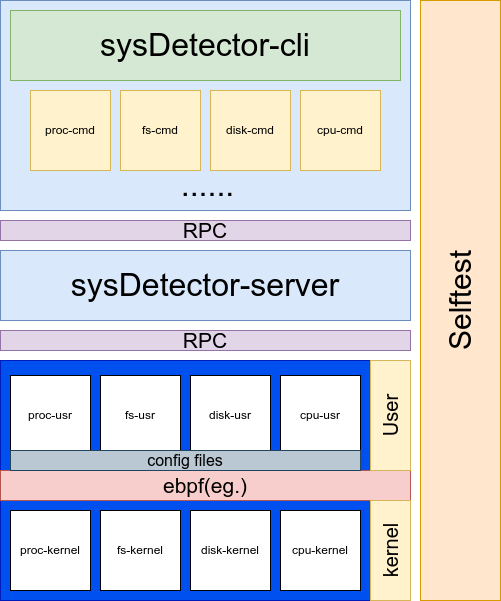
This is docs/sysDetector.drawio.png from Jvlegod/sysDetector, a draw.io export, as it was before one commit. Source tidied: cells renumbered, new cells last; positions are measured from the earlier drawing's top-left corner, leaving out a move shared by most shapes. Source of this version:
```xml
<mxGraphModel>
  <root>
    <mxCell id="0" />
    <mxCell id="1" parent="0" />
    <mxCell id="2" style="rounded=0;whiteSpace=wrap;html=1;fillColor=#dae8fc;strokeColor=#6c8ebf;" parent="1" vertex="1">
      <mxGeometry width="410" height="210" as="geometry" />
    </mxCell>
    <mxCell id="3" value="&lt;font style=&quot;font-size: 32px;&quot;&gt;sysDetector-cli&lt;/font&gt;" style="rounded=0;whiteSpace=wrap;html=1;fillColor=#d5e8d4;strokeColor=#82b366;" parent="1" vertex="1">
      <mxGeometry x="10" y="10" width="390" height="70" as="geometry" />
    </mxCell>
    <mxCell id="4" value="&lt;font style=&quot;font-size: 32px;&quot;&gt;sysDetector-server&lt;/font&gt;" style="rounded=0;whiteSpace=wrap;html=1;fillColor=#dae8fc;strokeColor=#6c8ebf;" parent="1" vertex="1">
      <mxGeometry y="250" width="410" height="70" as="geometry" />
    </mxCell>
    <mxCell id="5" value="proc-cmd" style="whiteSpace=wrap;html=1;fillColor=#fff2cc;strokeColor=#d6b656;" parent="1" vertex="1">
      <mxGeometry x="30" y="90" width="80" height="80" as="geometry" />
    </mxCell>
    <mxCell id="6" value="fs-cmd" style="whiteSpace=wrap;html=1;fillColor=#fff2cc;strokeColor=#d6b656;" parent="1" vertex="1">
      <mxGeometry x="120" y="90" width="80" height="80" as="geometry" />
    </mxCell>
    <mxCell id="7" value="disk-cmd" style="whiteSpace=wrap;html=1;fillColor=#fff2cc;strokeColor=#d6b656;" parent="1" vertex="1">
      <mxGeometry x="210" y="90" width="80" height="80" as="geometry" />
    </mxCell>
    <mxCell id="8" value="cpu-cmd" style="whiteSpace=wrap;html=1;fillColor=#fff2cc;strokeColor=#d6b656;" parent="1" vertex="1">
      <mxGeometry x="300" y="90" width="80" height="80" as="geometry" />
    </mxCell>
    <mxCell id="9" value="&lt;font style=&quot;font-size: 21px;&quot;&gt;RPC&lt;/font&gt;" style="rounded=0;whiteSpace=wrap;html=1;fillColor=#e1d5e7;strokeColor=#9673a6;" parent="1" vertex="1">
      <mxGeometry y="220" width="410" height="20" as="geometry" />
    </mxCell>
    <mxCell id="10" style="rounded=0;whiteSpace=wrap;html=1;fillColor=#0050ef;fontColor=#ffffff;strokeColor=#001DBC;" parent="1" vertex="1">
      <mxGeometry y="360" width="370" height="240" as="geometry" />
    </mxCell>
    <mxCell id="11" style="rounded=0;whiteSpace=wrap;html=1;fillColor=#0050ef;strokeColor=#001DBC;fontColor=#ffffff;" parent="1" vertex="1">
      <mxGeometry y="360" width="370" height="110" as="geometry" />
    </mxCell>
    <mxCell id="12" value="proc-usr" style="whiteSpace=wrap;html=1;" parent="1" vertex="1">
      <mxGeometry x="10" y="375" width="80" height="80" as="geometry" />
    </mxCell>
    <mxCell id="13" value="fs-usr" style="whiteSpace=wrap;html=1;" parent="1" vertex="1">
      <mxGeometry x="100" y="375" width="80" height="80" as="geometry" />
    </mxCell>
    <mxCell id="14" value="disk-usr" style="whiteSpace=wrap;html=1;" parent="1" vertex="1">
      <mxGeometry x="190" y="375" width="80" height="80" as="geometry" />
    </mxCell>
    <mxCell id="15" value="cpu-usr" style="whiteSpace=wrap;html=1;" parent="1" vertex="1">
      <mxGeometry x="280" y="375" width="80" height="80" as="geometry" />
    </mxCell>
    <mxCell id="16" value="&lt;font style=&quot;font-size: 32px;&quot;&gt;......&lt;/font&gt;" style="text;html=1;align=center;verticalAlign=middle;whiteSpace=wrap;rounded=0;" parent="1" vertex="1">
      <mxGeometry x="150" y="180" width="115" height="10" as="geometry" />
    </mxCell>
    <mxCell id="17" value="&lt;font style=&quot;font-size: 21px;&quot;&gt;RPC&lt;/font&gt;" style="rounded=0;whiteSpace=wrap;html=1;fillColor=#e1d5e7;strokeColor=#9673a6;" parent="1" vertex="1">
      <mxGeometry y="330" width="410" height="20" as="geometry" />
    </mxCell>
    <mxCell id="18" value="&lt;font style=&quot;font-size: 21px;&quot;&gt;ebpf(eg.)&lt;/font&gt;" style="rounded=0;whiteSpace=wrap;html=1;fillColor=#f8cecc;strokeColor=#b85450;" parent="1" vertex="1">
      <mxGeometry y="470" width="410" height="30" as="geometry" />
    </mxCell>
    <mxCell id="19" value="User" style="rounded=0;whiteSpace=wrap;html=1;horizontal=0;fontSize=20;fillColor=#fff2cc;strokeColor=#d6b656;" parent="1" vertex="1">
      <mxGeometry x="370" y="360" width="40" height="110" as="geometry" />
    </mxCell>
    <mxCell id="20" value="kernel" style="rounded=0;whiteSpace=wrap;html=1;horizontal=0;fontSize=20;fillColor=#fff2cc;strokeColor=#d6b656;" parent="1" vertex="1">
      <mxGeometry x="370" y="500" width="40" height="100" as="geometry" />
    </mxCell>
    <mxCell id="21" value="proc-kernel" style="whiteSpace=wrap;html=1;" parent="1" vertex="1">
      <mxGeometry x="10" y="510" width="80" height="80" as="geometry" />
    </mxCell>
    <mxCell id="22" value="fs-kernel" style="whiteSpace=wrap;html=1;" parent="1" vertex="1">
      <mxGeometry x="100" y="510" width="80" height="80" as="geometry" />
    </mxCell>
    <mxCell id="23" value="disk-kernel" style="whiteSpace=wrap;html=1;" parent="1" vertex="1">
      <mxGeometry x="190" y="510" width="80" height="80" as="geometry" />
    </mxCell>
    <mxCell id="24" value="cpu-kernel" style="whiteSpace=wrap;html=1;" parent="1" vertex="1">
      <mxGeometry x="280" y="510" width="80" height="80" as="geometry" />
    </mxCell>
    <mxCell id="25" value="Selftest" style="rounded=0;whiteSpace=wrap;html=1;horizontal=0;fontSize=30;fillColor=#ffe6cc;strokeColor=#d79b00;" parent="1" vertex="1">
      <mxGeometry x="420" width="80" height="600" as="geometry" />
    </mxCell>
    <mxCell id="26" value="&lt;font style=&quot;font-size: 16px;&quot;&gt;config files&lt;/font&gt;" style="rounded=0;whiteSpace=wrap;html=1;fillColor=#bac8d3;strokeColor=#23445d;" parent="1" vertex="1">
      <mxGeometry x="10" y="450" width="350" height="20" as="geometry" />
    </mxCell>
  </root>
</mxGraphModel>
```
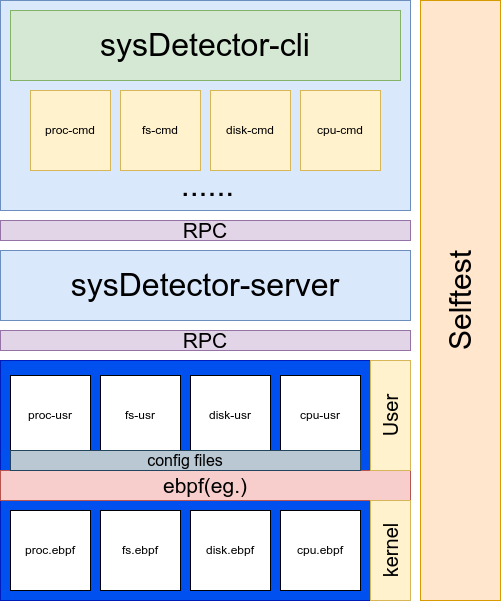
After the commit.

Diff of the diagram source:
```diff
@@ -59,16 +59,16 @@
     <mxCell id="20" value="kernel" style="rounded=0;whiteSpace=wrap;html=1;horizontal=0;fontSize=20;fillColor=#fff2cc;strokeColor=#d6b656;" parent="1" vertex="1">
       <mxGeometry x="370" y="500" width="40" height="100" as="geometry" />
     </mxCell>
-    <mxCell id="21" value="proc-kernel" style="whiteSpace=wrap;html=1;" parent="1" vertex="1">
+    <mxCell id="21" value="proc.ebpf" style="whiteSpace=wrap;html=1;" parent="1" vertex="1">
       <mxGeometry x="10" y="510" width="80" height="80" as="geometry" />
     </mxCell>
-    <mxCell id="22" value="fs-kernel" style="whiteSpace=wrap;html=1;" parent="1" vertex="1">
+    <mxCell id="22" value="fs.ebpf" style="whiteSpace=wrap;html=1;" parent="1" vertex="1">
       <mxGeometry x="100" y="510" width="80" height="80" as="geometry" />
     </mxCell>
-    <mxCell id="23" value="disk-kernel" style="whiteSpace=wrap;html=1;" parent="1" vertex="1">
+    <mxCell id="23" value="disk.ebpf" style="whiteSpace=wrap;html=1;" parent="1" vertex="1">
       <mxGeometry x="190" y="510" width="80" height="80" as="geometry" />
     </mxCell>
-    <mxCell id="24" value="cpu-kernel" style="whiteSpace=wrap;html=1;" parent="1" vertex="1">
+    <mxCell id="24" value="cpu.ebpf" style="whiteSpace=wrap;html=1;" parent="1" vertex="1">
       <mxGeometry x="280" y="510" width="80" height="80" as="geometry" />
     </mxCell>
     <mxCell id="25" value="Selftest" style="rounded=0;whiteSpace=wrap;html=1;horizontal=0;fontSize=30;fillColor=#ffe6cc;strokeColor=#d79b00;" parent="1" vertex="1">
```
